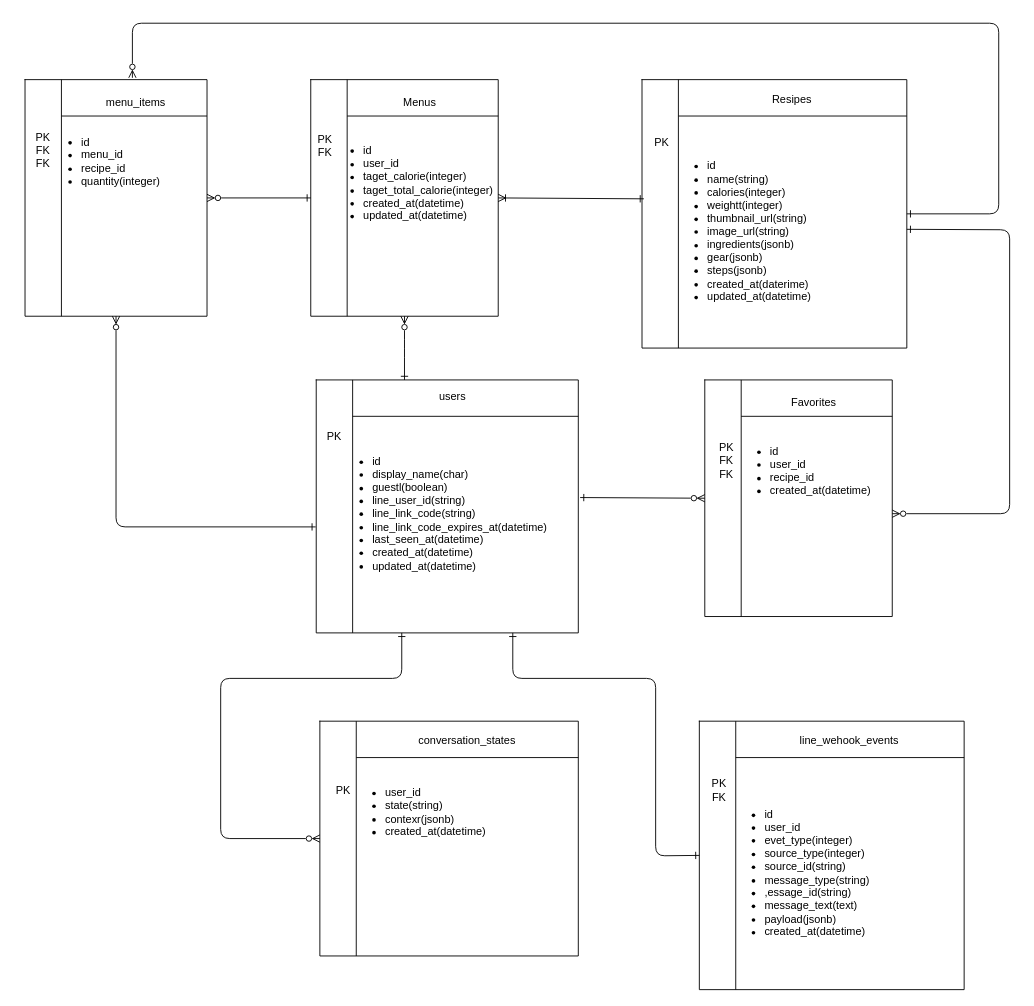
Above: er-diagram.dio in Hiromii88/yama_meshi (draw.io), before the change. Source tidied: cells renumbered, new cells numbered last; positions are measured from the earlier drawing's top-left corner, leaving out a move shared by most shapes. Both pictures are drawn from the tidied source at 91%, with x=0, y=0 at pixel (15, 23).
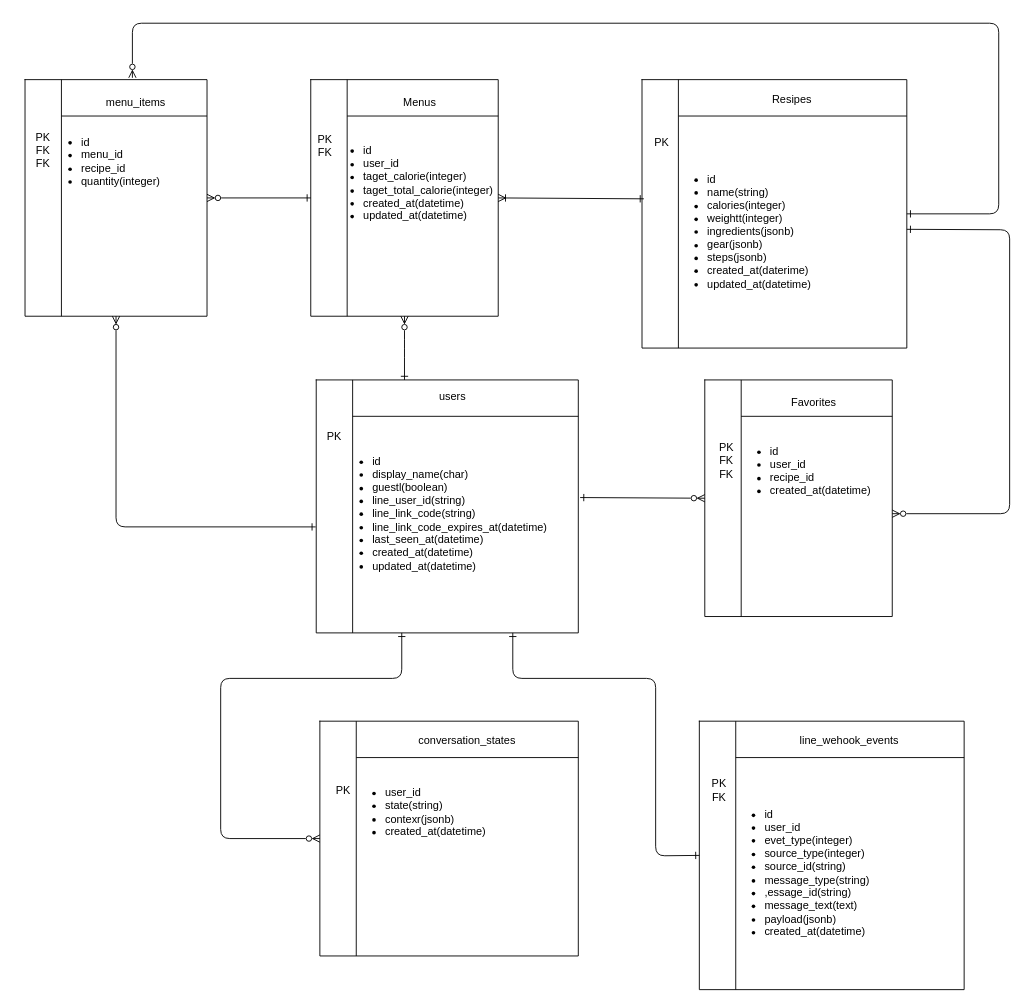
After the change.

The change refers to these unchanged cells:
```xml
<mxCell id="22" style="swimlane;swimlaneHead=0;swimlaneBody=0;fontStyle=0;strokeColor=inherit;fillColor=none;startSize=40;" parent="21" vertex="1">
  <mxGeometry x="40" width="251" height="295" as="geometry" />
</mxCell>
```

Diff of the diagram source:
```diff
@@
-    <mxCell id="24" value="&lt;ul&gt;&lt;li&gt;id&lt;/li&gt;&lt;li&gt;name(string)&lt;/li&gt;&lt;li&gt;calories(integer)&lt;/li&gt;&lt;li&gt;weightt(integer)&lt;/li&gt;&lt;li&gt;thumbnail_url(string)&lt;/li&gt;&lt;li&gt;image_url(string)&lt;/li&gt;&lt;li&gt;ingredients(jsonb)&lt;/li&gt;&lt;li&gt;gear(jsonb)&lt;/li&gt;&lt;li&gt;steps(jsonb)&lt;/li&gt;&lt;li&gt;created_at(daterime)&lt;/li&gt;&lt;li&gt;updated_at(datetime)&lt;/li&gt;&lt;/ul&gt;" style="text;strokeColor=none;align=left;fillColor=none;html=1;verticalAlign=middle;whiteSpace=wrap;rounded=0;" parent="22" vertex="1">
+    <mxCell id="24" value="&lt;ul&gt;&lt;li&gt;id&lt;/li&gt;&lt;li&gt;name(string)&lt;/li&gt;&lt;li&gt;calories(integer)&lt;/li&gt;&lt;li&gt;weightt(integer)&lt;/li&gt;&lt;li&gt;ingredients(jsonb)&lt;/li&gt;&lt;li&gt;gear(jsonb)&lt;/li&gt;&lt;li&gt;steps(jsonb)&lt;/li&gt;&lt;li&gt;created_at(daterime)&lt;/li&gt;&lt;li&gt;updated_at(datetime)&lt;/li&gt;&lt;/ul&gt;" style="text;strokeColor=none;align=left;fillColor=none;html=1;verticalAlign=middle;whiteSpace=wrap;rounded=0;" parent="22" vertex="1">
       <mxGeometry x="-10" y="57" width="248" height="220" as="geometry" />
     </mxCell>
```
